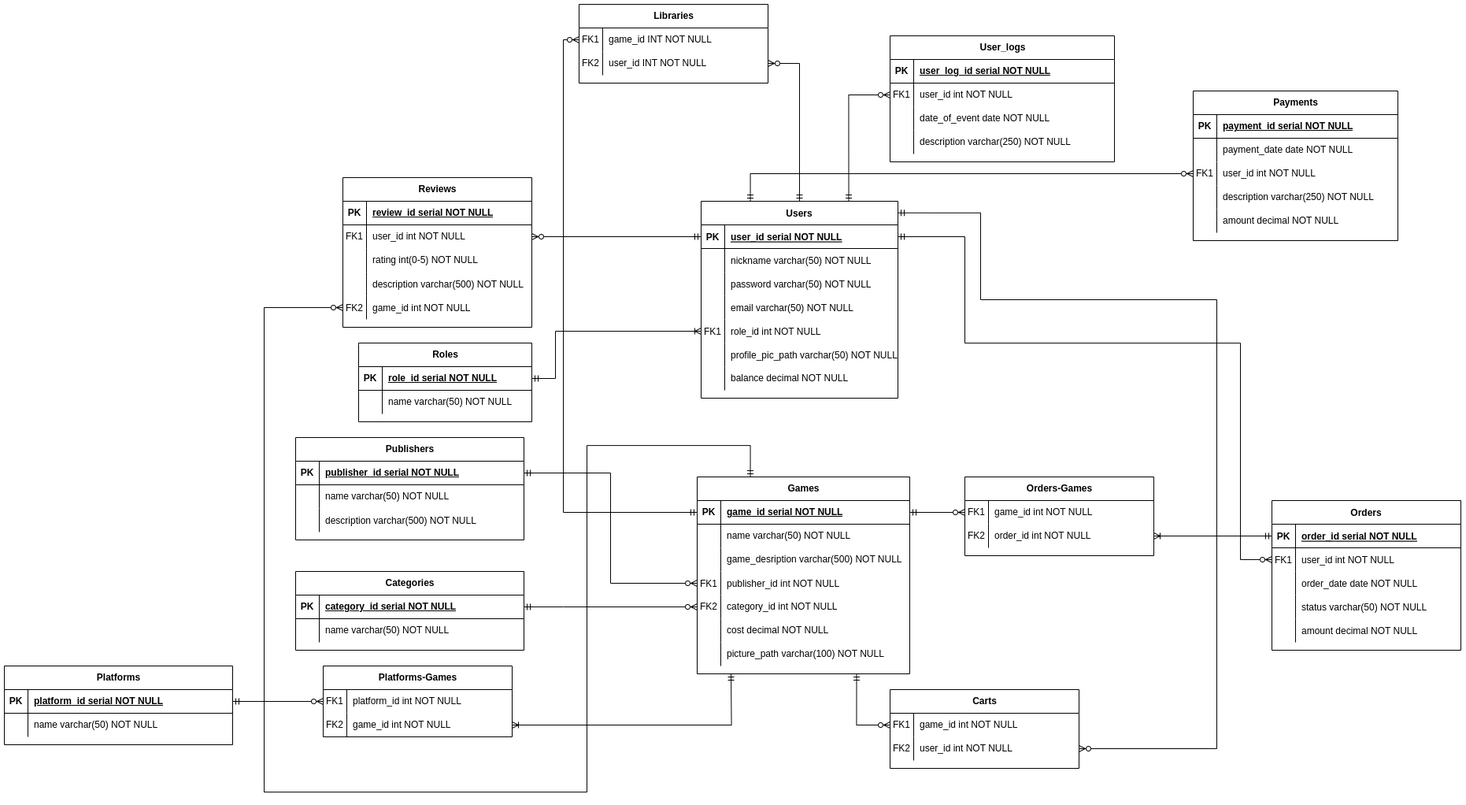
Above: diagram.png in westcrime/data-models-and-database-management-systems (draw.io), before the change. Source tidied: cells renumbered, new cells last; positions are measured from the earlier drawing's top-left corner, leaving out a move shared by most shapes.
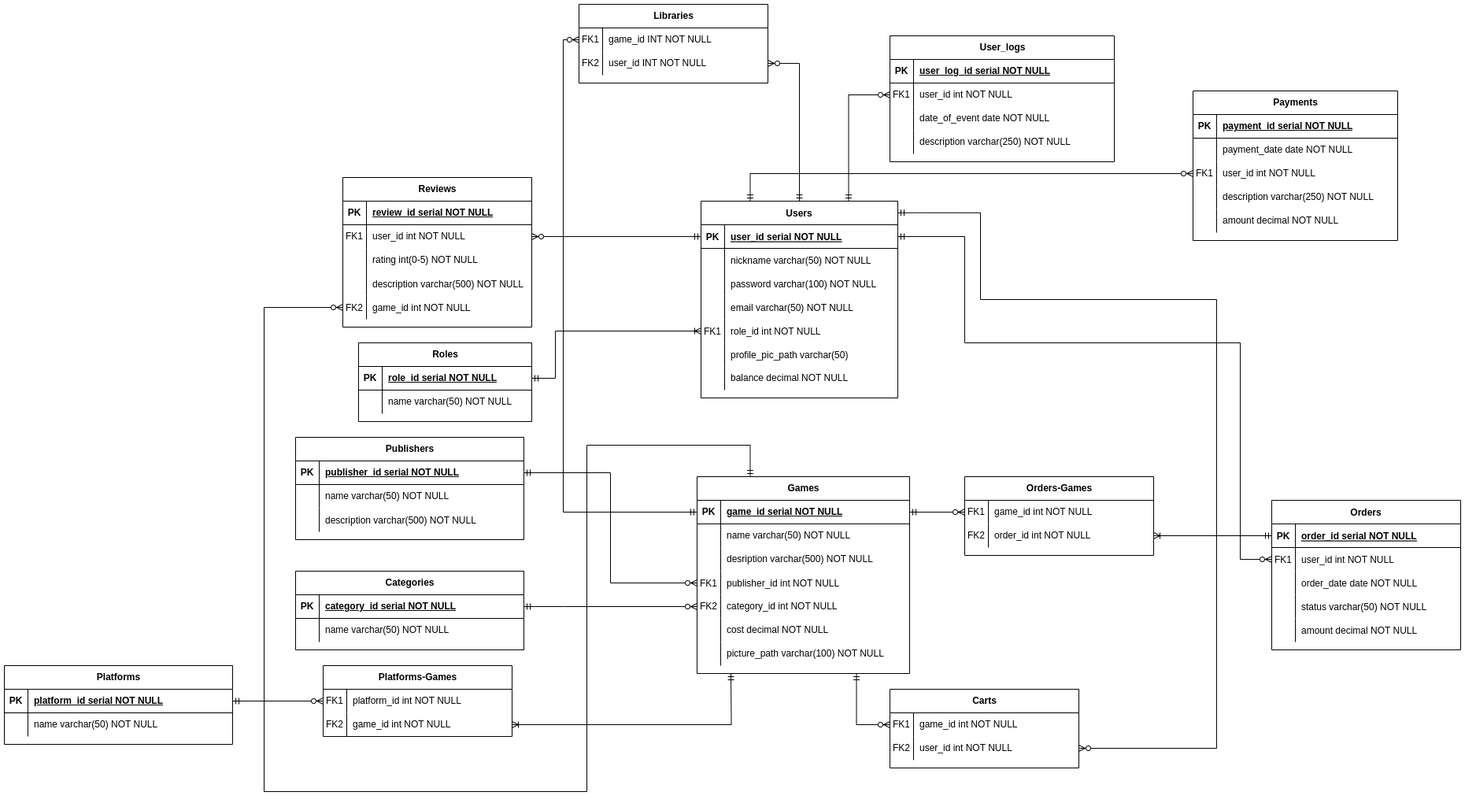
Later version of the same file.

Change to the diagram source:
```diff
@@ -77,7 +77,7 @@
     <mxCell id="26" style="shape=partialRectangle;fillColor=none;top=0;left=0;bottom=0;right=0;overflow=hidden;" parent="25" vertex="1">
       <mxGeometry width="30" height="30" as="geometry" />
     </mxCell>
-    <mxCell id="27" value="password varchar(50) NOT NULL" style="shape=partialRectangle;fillColor=none;top=0;left=0;bottom=0;right=0;align=left;spacingLeft=6;overflow=hidden;" parent="25" vertex="1">
+    <mxCell id="27" value="password varchar(100) NOT NULL" style="shape=partialRectangle;fillColor=none;top=0;left=0;bottom=0;right=0;align=left;spacingLeft=6;overflow=hidden;" parent="25" vertex="1">
       <mxGeometry x="30" width="220" height="30" as="geometry" />
     </mxCell>
     <mxCell id="28" style="shape=tableRow;horizontal=0;startSize=0;swimlaneHead=0;swimlaneBody=0;fillColor=none;top=0;left=0;right=0;bottom=0;" parent="18" vertex="1">
@@ -104,7 +104,7 @@
     <mxCell id="35" style="shape=partialRectangle;fillColor=none;top=0;left=0;bottom=0;right=0;overflow=hidden;" parent="34" vertex="1">
       <mxGeometry width="30" height="30" as="geometry" />
     </mxCell>
-    <mxCell id="36" value="profile_pic_path varchar(50) NOT NULL" style="shape=partialRectangle;fillColor=none;top=0;left=0;bottom=0;right=0;align=left;spacingLeft=6;overflow=hidden;" parent="34" vertex="1">
+    <mxCell id="36" value="profile_pic_path varchar(50) " style="shape=partialRectangle;fillColor=none;top=0;left=0;bottom=0;right=0;align=left;spacingLeft=6;overflow=hidden;" parent="34" vertex="1">
       <mxGeometry x="30" width="220" height="30" as="geometry" />
     </mxCell>
     <mxCell id="37" style="shape=tableRow;horizontal=0;startSize=0;swimlaneHead=0;swimlaneBody=0;fillColor=none;top=0;left=0;right=0;bottom=0;" parent="18" vertex="1">
@@ -143,7 +143,7 @@
     <mxCell id="48" style="shape=partialRectangle;fillColor=none;top=0;left=0;bottom=0;right=0;overflow=hidden;whiteSpace=wrap;html=1;" parent="47" vertex="1">
       <mxGeometry width="30" height="30" as="geometry" />
     </mxCell>
-    <mxCell id="49" value="game_desription varchar(500) NOT NULL" style="shape=partialRectangle;fillColor=none;top=0;left=0;bottom=0;right=0;align=left;spacingLeft=6;overflow=hidden;whiteSpace=wrap;html=1;" parent="47" vertex="1">
+    <mxCell id="49" value="desription varchar(500) NOT NULL" style="shape=partialRectangle;fillColor=none;top=0;left=0;bottom=0;right=0;align=left;spacingLeft=6;overflow=hidden;whiteSpace=wrap;html=1;" parent="47" vertex="1">
       <mxGeometry x="30" width="240" height="30" as="geometry" />
     </mxCell>
     <mxCell id="50" style="shape=tableRow;horizontal=0;startSize=0;swimlaneHead=0;swimlaneBody=0;fillColor=none;points=[[0,0.5],[1,0.5]];portConstraint=eastwest;top=0;left=0;right=0;bottom=0;" parent="40" vertex="1">
```
